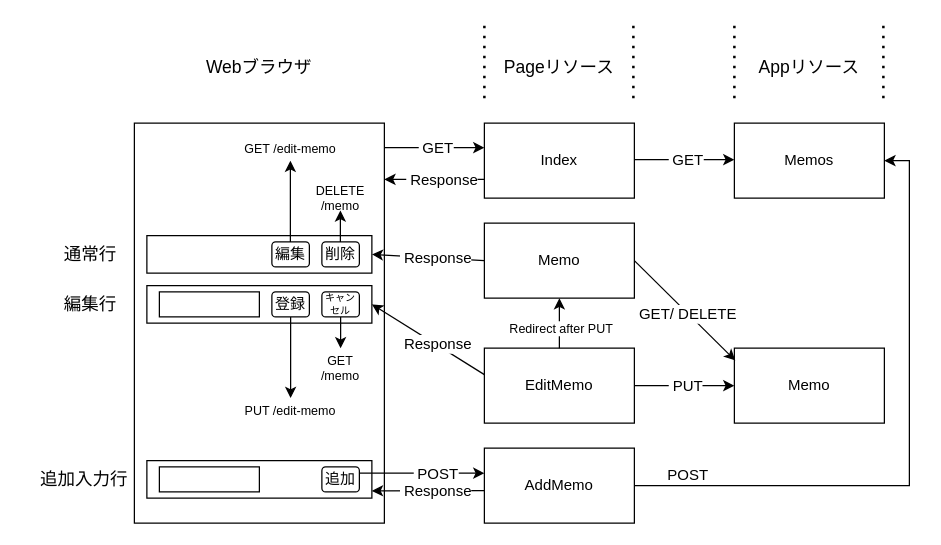
This is advent-memo-chart.drawio from pazworld/drawio, a draw.io file, before an edit. Source tidied: cells renumbered, new cells numbered last; positions are measured from the earlier drawing's top-left corner, leaving out a move shared by most shapes. Both pictures are drawn from the tidied source at 125%, with x=0, y=0 at pixel (21, 22).
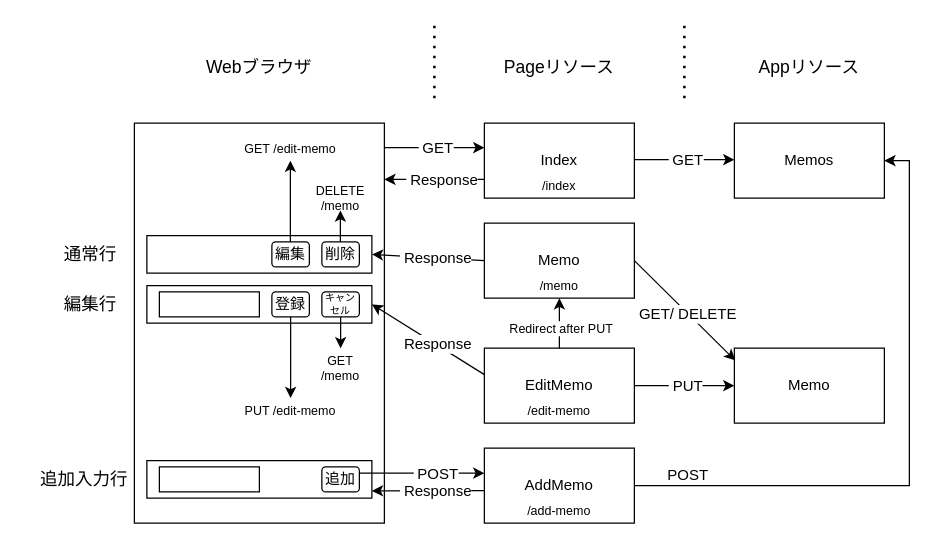
The same diagram, later.

Commit message:
add url to page resources

What changed in the source:
```diff
@@
     <mxCell id="48" style="endArrow=none;dashed=1;html=1;dashPattern=1 3;strokeWidth=2;rounded=0;fontSize=10;" parent="1" edge="1">
       <mxGeometry relative="1" as="geometry">
-        <mxPoint x="370" y="60" as="sourcePoint" />
-        <mxPoint x="370" as="targetPoint" />
+        <mxPoint x="330" y="60" as="sourcePoint" />
+        <mxPoint x="330" as="targetPoint" />
       </mxGeometry>
     </mxCell>
     <mxCell id="49" style="endArrow=none;dashed=1;html=1;dashPattern=1 3;strokeWidth=2;rounded=0;fontSize=10;" parent="1" edge="1">
-      <mxGeometry relative="1" as="geometry">
-        <mxPoint x="489.2" y="60" as="sourcePoint" />
-        <mxPoint x="489.2" as="targetPoint" />
+      <mxGeometry x="0.33" y="-41" relative="1" as="geometry">
+        <mxPoint x="530" y="60" as="sourcePoint" />
+        <mxPoint x="530" as="targetPoint" />
       </mxGeometry>
     </mxCell>
@@
-    <mxCell id="51" style="endArrow=none;dashed=1;html=1;dashPattern=1 3;strokeWidth=2;rounded=0;fontSize=10;" parent="1" edge="1">
-      <mxGeometry relative="1" as="geometry">
-        <mxPoint x="570" y="60" as="sourcePoint" />
-        <mxPoint x="570" as="targetPoint" />
-      </mxGeometry>
-    </mxCell>
-    <mxCell id="52" style="endArrow=none;dashed=1;html=1;dashPattern=1 3;strokeWidth=2;rounded=0;fontSize=10;" parent="1" edge="1">
-      <mxGeometry relative="1" as="geometry">
-        <mxPoint x="689.2" y="60" as="sourcePoint" />
-        <mxPoint x="689.2" as="targetPoint" />
-      </mxGeometry>
-    </mxCell>
@@
+    <mxCell id="58" value="/index" style="text;html=1;strokeColor=none;fillColor=none;align=center;verticalAlign=middle;whiteSpace=wrap;rounded=0;fontSize=10;" parent="1" vertex="1">
+      <mxGeometry x="385" y="120" width="90" height="20" as="geometry" />
+    </mxCell>
+    <mxCell id="59" value="/memo" style="text;html=1;strokeColor=none;fillColor=none;align=center;verticalAlign=middle;whiteSpace=wrap;rounded=0;fontSize=10;" parent="1" vertex="1">
+      <mxGeometry x="385" y="200" width="90" height="20" as="geometry" />
+    </mxCell>
+    <mxCell id="60" value="/edit-memo" style="text;html=1;strokeColor=none;fillColor=none;align=center;verticalAlign=middle;whiteSpace=wrap;rounded=0;fontSize=10;" parent="1" vertex="1">
+      <mxGeometry x="385" y="300" width="90" height="20" as="geometry" />
+    </mxCell>
+    <mxCell id="61" value="/add-memo" style="text;html=1;strokeColor=none;fillColor=none;align=center;verticalAlign=middle;whiteSpace=wrap;rounded=0;fontSize=10;" parent="1" vertex="1">
+      <mxGeometry x="385" y="380" width="90" height="20" as="geometry" />
+    </mxCell>
```
